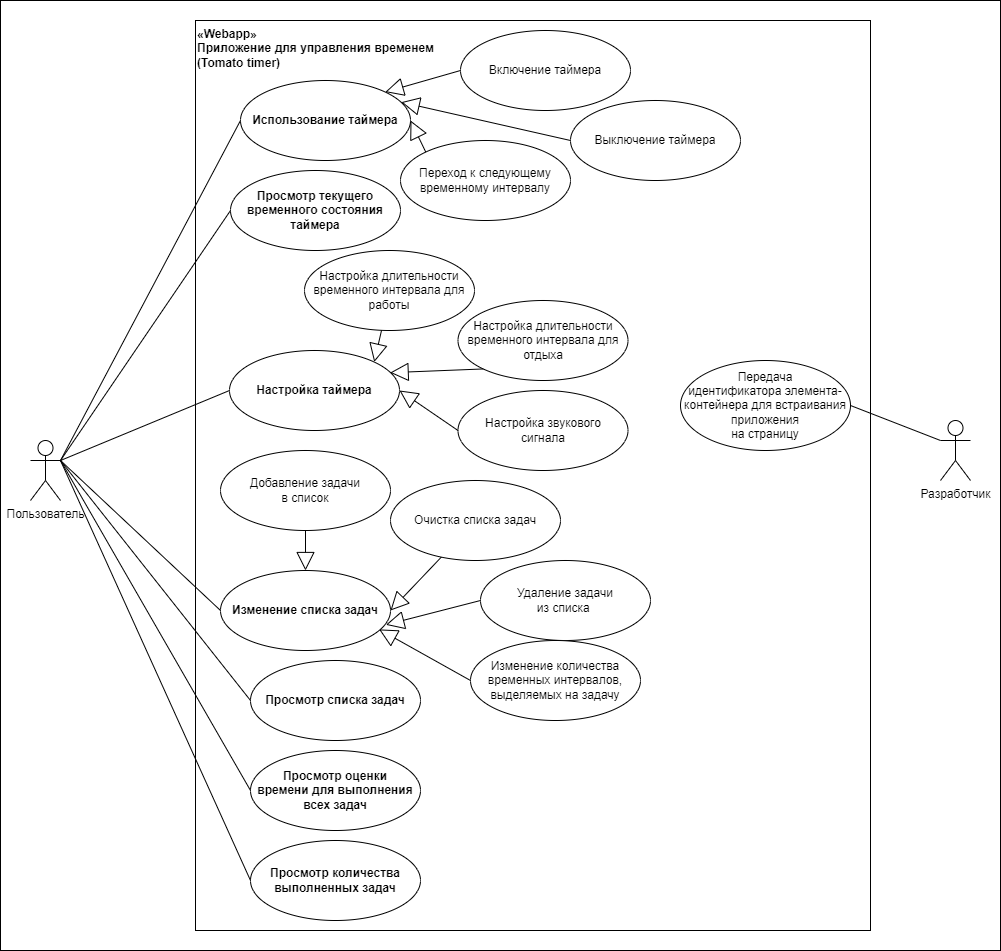
The draw.io diagram hw_1/HSE_JS_HW1.png in TsaTsaTsa/HSE-JS, before a commit. Source tidied: cells renumbered, new cells last; positions are measured from the earlier drawing's top-left corner, leaving out a move shared by most shapes. Source of this version:
```xml
<mxGraphModel>
  <root>
    <mxCell id="0" />
    <mxCell id="1" parent="0" />
    <mxCell id="2" style="rounded=0;whiteSpace=wrap;html=1;" parent="1" vertex="1">
      <mxGeometry width="1000" height="950" as="geometry" />
    </mxCell>
    <mxCell id="3" value="«Webapp»&lt;br&gt;Приложение для управления временем&lt;br&gt;(Tomato timer)" style="html=1;whiteSpace=wrap;verticalAlign=top;align=left;fontStyle=1;" parent="1" vertex="1">
      <mxGeometry x="195" y="20" width="675" height="910" as="geometry" />
    </mxCell>
    <mxCell id="4" value="Пользователь" style="shape=umlActor;verticalLabelPosition=bottom;verticalAlign=top;html=1;" parent="1" vertex="1">
      <mxGeometry x="30" y="440" width="30" height="60" as="geometry" />
    </mxCell>
    <mxCell id="5" value="Разработчик" style="shape=umlActor;verticalLabelPosition=bottom;verticalAlign=top;html=1;" parent="1" vertex="1">
      <mxGeometry x="940" y="420" width="30" height="60" as="geometry" />
    </mxCell>
    <mxCell id="6" value="Использование таймера" style="ellipse;whiteSpace=wrap;html=1;fontStyle=1;" parent="1" vertex="1">
      <mxGeometry x="240" y="80" width="170" height="80" as="geometry" />
    </mxCell>
    <mxCell id="7" value="Добавление задачи &lt;br&gt;в список" style="ellipse;whiteSpace=wrap;html=1;" parent="1" vertex="1">
      <mxGeometry x="220" y="450" width="170" height="80" as="geometry" />
    </mxCell>
    <mxCell id="8" value="Настройка таймера" style="ellipse;whiteSpace=wrap;html=1;fontStyle=1;" parent="1" vertex="1">
      <mxGeometry x="229" y="350" width="170" height="80" as="geometry" />
    </mxCell>
    <mxCell id="9" value="Просмотр списка задач" style="ellipse;whiteSpace=wrap;html=1;fontStyle=1;" parent="1" vertex="1">
      <mxGeometry x="250" y="660" width="170" height="80" as="geometry" />
    </mxCell>
    <mxCell id="10" value="Просмотр количества выполненных задач" style="ellipse;whiteSpace=wrap;html=1;fontStyle=1;" parent="1" vertex="1">
      <mxGeometry x="250" y="840" width="170" height="80" as="geometry" />
    </mxCell>
    <mxCell id="11" value="Просмотр оценки &lt;br&gt;времени для выполнения всех задач" style="ellipse;whiteSpace=wrap;html=1;fontStyle=1;" parent="1" vertex="1">
      <mxGeometry x="250" y="750" width="170" height="80" as="geometry" />
    </mxCell>
    <mxCell id="12" value="Очистка списка задач" style="ellipse;whiteSpace=wrap;html=1;" parent="1" vertex="1">
      <mxGeometry x="390" y="480" width="170" height="80" as="geometry" />
    </mxCell>
    <mxCell id="13" value="Настройка длительности временного интервала для отдыха" style="ellipse;whiteSpace=wrap;html=1;" parent="1" vertex="1">
      <mxGeometry x="457.5" y="300" width="170" height="80" as="geometry" />
    </mxCell>
    <mxCell id="14" value="Настройка длительности временного интервала для работы" style="ellipse;whiteSpace=wrap;html=1;" parent="1" vertex="1">
      <mxGeometry x="304" y="250" width="170" height="80" as="geometry" />
    </mxCell>
    <mxCell id="15" value="Настройка звукового&lt;br&gt;&amp;nbsp;сигнала&amp;nbsp;" style="ellipse;whiteSpace=wrap;html=1;" parent="1" vertex="1">
      <mxGeometry x="457.5" y="390" width="170" height="80" as="geometry" />
    </mxCell>
    <mxCell id="16" value="Изменение списка задач" style="ellipse;whiteSpace=wrap;html=1;fontStyle=1;" parent="1" vertex="1">
      <mxGeometry x="220" y="570" width="170" height="80" as="geometry" />
    </mxCell>
    <mxCell id="17" style="endArrow=none;html=1;rounded=0;exitX=1;exitY=0.3333333333333333;exitDx=0;exitDy=0;exitPerimeter=0;entryX=0;entryY=0.5;entryDx=0;entryDy=0;" parent="1" edge="1" source="4" target="6">
      <mxGeometry relative="1" as="geometry" />
    </mxCell>
    <mxCell id="18" style="endArrow=none;html=1;rounded=0;entryX=0;entryY=0.5;entryDx=0;entryDy=0;exitX=1;exitY=0.3333333333333333;exitDx=0;exitDy=0;exitPerimeter=0;" parent="1" edge="1" source="4" target="8">
      <mxGeometry relative="1" as="geometry" />
    </mxCell>
    <mxCell id="19" style="endArrow=none;html=1;rounded=0;entryX=0;entryY=0.5;entryDx=0;entryDy=0;exitX=1;exitY=0.3333333333333333;exitDx=0;exitDy=0;exitPerimeter=0;" parent="1" edge="1" source="4" target="16">
      <mxGeometry relative="1" as="geometry" />
    </mxCell>
    <mxCell id="20" style="endArrow=none;html=1;rounded=0;entryX=0;entryY=0.5;entryDx=0;entryDy=0;exitX=1;exitY=0.3333333333333333;exitDx=0;exitDy=0;exitPerimeter=0;" parent="1" edge="1" source="4" target="11">
      <mxGeometry relative="1" as="geometry" />
    </mxCell>
    <mxCell id="21" style="endArrow=none;html=1;rounded=0;exitX=1;exitY=0.3333333333333333;exitDx=0;exitDy=0;exitPerimeter=0;entryX=0;entryY=0.5;entryDx=0;entryDy=0;" parent="1" edge="1" source="4" target="10">
      <mxGeometry relative="1" as="geometry" />
    </mxCell>
    <mxCell id="22" style="endArrow=block;endSize=16;endFill=0;html=1;rounded=0;exitX=0.5;exitY=1;exitDx=0;exitDy=0;" parent="1" edge="1" source="7" target="16">
      <mxGeometry relative="1" as="geometry" />
    </mxCell>
    <mxCell id="23" style="endArrow=block;endSize=16;endFill=0;html=1;rounded=0;entryX=1;entryY=0.5;entryDx=0;entryDy=0;" parent="1" edge="1" source="12" target="16">
      <mxGeometry relative="1" as="geometry" />
    </mxCell>
    <mxCell id="24" value="Выключение таймера" style="ellipse;whiteSpace=wrap;html=1;" parent="1" vertex="1">
      <mxGeometry x="570" y="100" width="170" height="80" as="geometry" />
    </mxCell>
    <mxCell id="25" value="Включение таймера" style="ellipse;whiteSpace=wrap;html=1;" parent="1" vertex="1">
      <mxGeometry x="460" y="30" width="170" height="80" as="geometry" />
    </mxCell>
    <mxCell id="26" value="Переход к следующему временному интервалу" style="ellipse;whiteSpace=wrap;html=1;" parent="1" vertex="1">
      <mxGeometry x="400" y="140" width="170" height="80" as="geometry" />
    </mxCell>
    <mxCell id="27" style="endArrow=block;endSize=16;endFill=0;html=1;rounded=0;entryX=1;entryY=0;entryDx=0;entryDy=0;" parent="1" edge="1" source="14" target="8">
      <mxGeometry relative="1" as="geometry" />
    </mxCell>
    <mxCell id="28" style="endArrow=block;endSize=16;endFill=0;html=1;rounded=0;exitX=0;exitY=1;exitDx=0;exitDy=0;entryX=0.945;entryY=0.277;entryDx=0;entryDy=0;entryPerimeter=0;" parent="1" edge="1" source="13" target="8">
      <mxGeometry relative="1" as="geometry" />
    </mxCell>
    <mxCell id="29" style="endArrow=block;endSize=16;endFill=0;html=1;rounded=0;exitX=0;exitY=0.5;exitDx=0;exitDy=0;entryX=1;entryY=0.5;entryDx=0;entryDy=0;" parent="1" edge="1" source="15" target="8">
      <mxGeometry relative="1" as="geometry" />
    </mxCell>
    <mxCell id="30" value="Удаление задачи &lt;br&gt;из списка&amp;nbsp;" style="ellipse;whiteSpace=wrap;html=1;" parent="1" vertex="1">
      <mxGeometry x="480" y="560" width="170" height="80" as="geometry" />
    </mxCell>
    <mxCell id="31" value="Изменение количества временных интервалов, выделяемых на задачу" style="ellipse;whiteSpace=wrap;html=1;" parent="1" vertex="1">
      <mxGeometry x="470" y="640" width="170" height="80" as="geometry" />
    </mxCell>
    <mxCell id="32" style="endArrow=block;endSize=16;endFill=0;html=1;rounded=0;entryX=0.973;entryY=0.679;entryDx=0;entryDy=0;exitX=0;exitY=0.5;exitDx=0;exitDy=0;entryPerimeter=0;" parent="1" edge="1" source="30" target="16">
      <mxGeometry relative="1" as="geometry" />
    </mxCell>
    <mxCell id="33" style="endArrow=block;endSize=16;endFill=0;html=1;rounded=0;entryX=0.933;entryY=0.736;entryDx=0;entryDy=0;exitX=0;exitY=0.5;exitDx=0;exitDy=0;entryPerimeter=0;" parent="1" edge="1" source="31" target="16">
      <mxGeometry relative="1" as="geometry" />
    </mxCell>
    <mxCell id="34" style="endArrow=block;endSize=16;endFill=0;html=1;rounded=0;exitX=0;exitY=0.5;exitDx=0;exitDy=0;entryX=1;entryY=0;entryDx=0;entryDy=0;" parent="1" edge="1" source="25" target="6">
      <mxGeometry relative="1" as="geometry" />
    </mxCell>
    <mxCell id="35" style="endArrow=block;endSize=16;endFill=0;html=1;rounded=0;exitX=0;exitY=0.5;exitDx=0;exitDy=0;entryX=0.946;entryY=0.271;entryDx=0;entryDy=0;entryPerimeter=0;" parent="1" edge="1" source="24" target="6">
      <mxGeometry relative="1" as="geometry" />
    </mxCell>
    <mxCell id="36" style="endArrow=block;endSize=16;endFill=0;html=1;rounded=0;exitX=0;exitY=0;exitDx=0;exitDy=0;entryX=1;entryY=0.5;entryDx=0;entryDy=0;" parent="1" edge="1" source="26" target="6">
      <mxGeometry relative="1" as="geometry" />
    </mxCell>
    <mxCell id="37" value="Передача&lt;br&gt;идентификатора элемента-контейнера для встраивания приложения &lt;br&gt;на страницу" style="ellipse;whiteSpace=wrap;html=1;" parent="1" vertex="1">
      <mxGeometry x="680" y="360" width="170" height="90" as="geometry" />
    </mxCell>
    <mxCell id="38" style="endArrow=none;html=1;rounded=0;exitX=1;exitY=0.5;exitDx=0;exitDy=0;entryX=0;entryY=0.3333333333333333;entryDx=0;entryDy=0;entryPerimeter=0;" parent="1" edge="1" source="37" target="5">
      <mxGeometry relative="1" as="geometry" />
    </mxCell>
    <mxCell id="39" value="Просмотр текущего временного состояния таймера" style="ellipse;whiteSpace=wrap;html=1;fontStyle=1;" parent="1" vertex="1">
      <mxGeometry x="230" y="170" width="170" height="80" as="geometry" />
    </mxCell>
    <mxCell id="40" style="endArrow=none;html=1;rounded=0;entryX=0;entryY=0.5;entryDx=0;entryDy=0;exitX=1;exitY=0.3333333333333333;exitDx=0;exitDy=0;exitPerimeter=0;" parent="1" edge="1" source="4" target="39">
      <mxGeometry relative="1" as="geometry" />
    </mxCell>
    <mxCell id="41" style="endArrow=none;html=1;rounded=0;entryX=0;entryY=0.5;entryDx=0;entryDy=0;exitX=1;exitY=0.3333333333333333;exitDx=0;exitDy=0;exitPerimeter=0;" parent="1" edge="1" source="4" target="9">
      <mxGeometry relative="1" as="geometry" />
    </mxCell>
  </root>
</mxGraphModel>
```
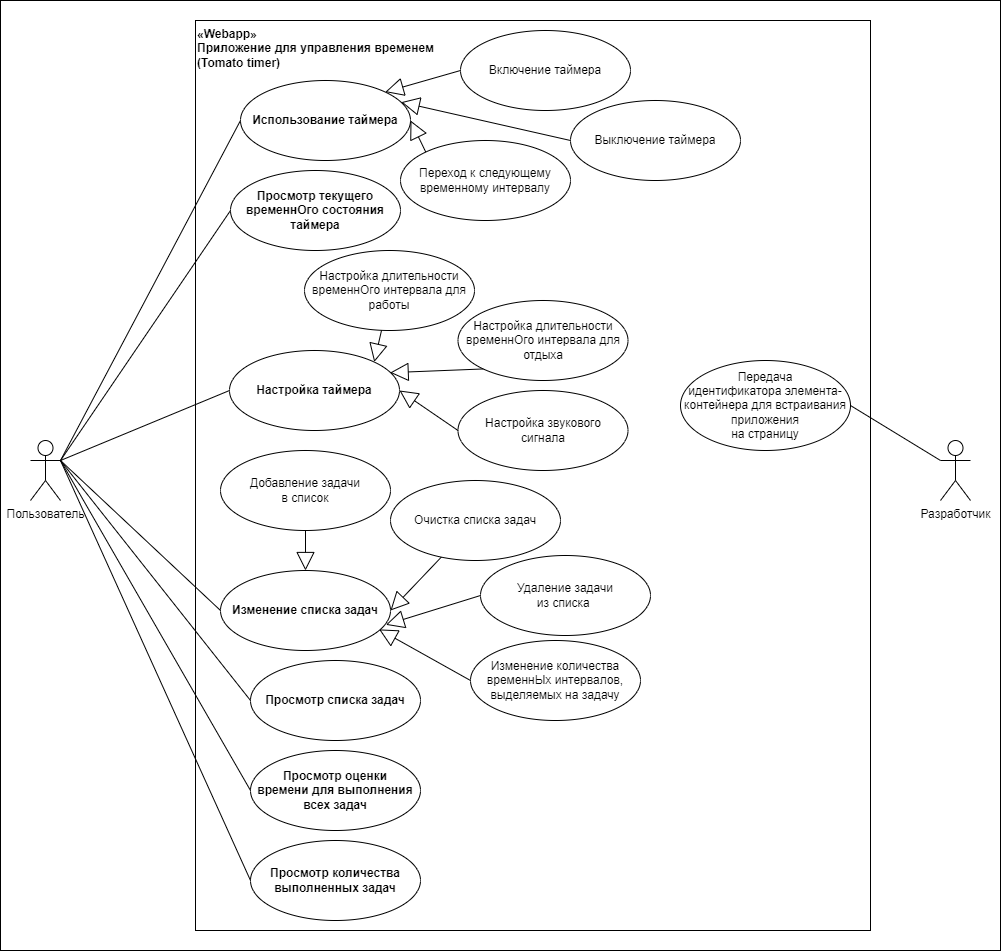
Later version of the same file.

What changed in the source:
```diff
@@ -12,7 +12,7 @@
       <mxGeometry x="30" y="440" width="30" height="60" as="geometry" />
     </mxCell>
     <mxCell id="5" value="Разработчик" style="shape=umlActor;verticalLabelPosition=bottom;verticalAlign=top;html=1;" parent="1" vertex="1">
-      <mxGeometry x="940" y="420" width="30" height="60" as="geometry" />
+      <mxGeometry x="940" y="440" width="30" height="60" as="geometry" />
     </mxCell>
     <mxCell id="6" value="Использование таймера" style="ellipse;whiteSpace=wrap;html=1;fontStyle=1;" parent="1" vertex="1">
       <mxGeometry x="240" y="80" width="170" height="80" as="geometry" />
@@ -35,10 +35,10 @@
     <mxCell id="12" value="Очистка списка задач" style="ellipse;whiteSpace=wrap;html=1;" parent="1" vertex="1">
       <mxGeometry x="390" y="480" width="170" height="80" as="geometry" />
     </mxCell>
-    <mxCell id="13" value="Настройка длительности временного интервала для отдыха" style="ellipse;whiteSpace=wrap;html=1;" parent="1" vertex="1">
+    <mxCell id="13" value="Настройка длительности временнОго интервала для отдыха" style="ellipse;whiteSpace=wrap;html=1;" parent="1" vertex="1">
       <mxGeometry x="457.5" y="300" width="170" height="80" as="geometry" />
     </mxCell>
-    <mxCell id="14" value="Настройка длительности временного интервала для работы" style="ellipse;whiteSpace=wrap;html=1;" parent="1" vertex="1">
+    <mxCell id="14" value="Настройка длительности временнОго интервала для работы" style="ellipse;whiteSpace=wrap;html=1;" parent="1" vertex="1">
       <mxGeometry x="304" y="250" width="170" height="80" as="geometry" />
     </mxCell>
     <mxCell id="15" value="Настройка звукового&lt;br&gt;&amp;nbsp;сигнала&amp;nbsp;" style="ellipse;whiteSpace=wrap;html=1;" parent="1" vertex="1">
@@ -87,9 +87,9 @@
       <mxGeometry relative="1" as="geometry" />
     </mxCell>
     <mxCell id="30" value="Удаление задачи &lt;br&gt;из списка&amp;nbsp;" style="ellipse;whiteSpace=wrap;html=1;" parent="1" vertex="1">
-      <mxGeometry x="480" y="560" width="170" height="80" as="geometry" />
+      <mxGeometry x="480" y="555" width="170" height="80" as="geometry" />
     </mxCell>
-    <mxCell id="31" value="Изменение количества временных интервалов, выделяемых на задачу" style="ellipse;whiteSpace=wrap;html=1;" parent="1" vertex="1">
+    <mxCell id="31" value="Изменение количества временнЫх интервалов, выделяемых на задачу" style="ellipse;whiteSpace=wrap;html=1;" parent="1" vertex="1">
       <mxGeometry x="470" y="640" width="170" height="80" as="geometry" />
     </mxCell>
     <mxCell id="32" style="endArrow=block;endSize=16;endFill=0;html=1;rounded=0;entryX=0.973;entryY=0.679;entryDx=0;entryDy=0;exitX=0;exitY=0.5;exitDx=0;exitDy=0;entryPerimeter=0;" parent="1" edge="1" source="30" target="16">
@@ -113,7 +113,7 @@
     <mxCell id="38" style="endArrow=none;html=1;rounded=0;exitX=1;exitY=0.5;exitDx=0;exitDy=0;entryX=0;entryY=0.3333333333333333;entryDx=0;entryDy=0;entryPerimeter=0;" parent="1" edge="1" source="37" target="5">
       <mxGeometry relative="1" as="geometry" />
     </mxCell>
-    <mxCell id="39" value="Просмотр текущего временного состояния таймера" style="ellipse;whiteSpace=wrap;html=1;fontStyle=1;" parent="1" vertex="1">
+    <mxCell id="39" value="Просмотр текущего временнОго состояния таймера" style="ellipse;whiteSpace=wrap;html=1;fontStyle=1;" parent="1" vertex="1">
       <mxGeometry x="230" y="170" width="170" height="80" as="geometry" />
     </mxCell>
     <mxCell id="40" style="endArrow=none;html=1;rounded=0;entryX=0;entryY=0.5;entryDx=0;entryDy=0;exitX=1;exitY=0.3333333333333333;exitDx=0;exitDy=0;exitPerimeter=0;" parent="1" edge="1" source="4" target="39">
```
